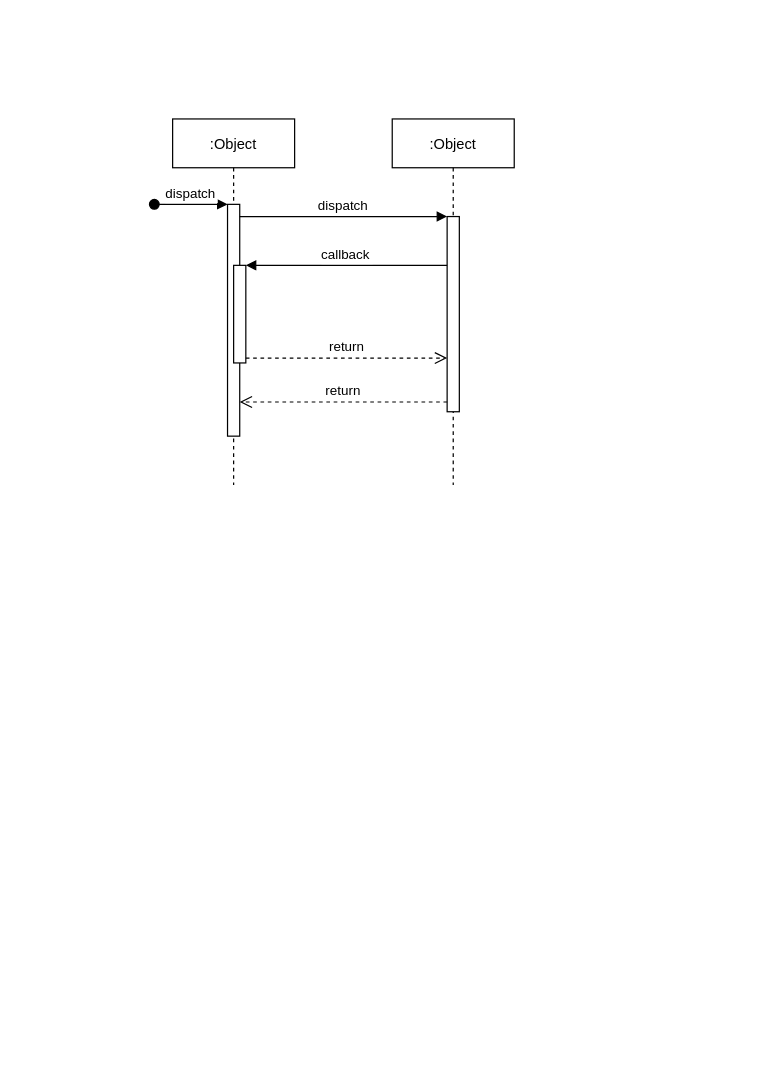
LuoQaxa/blog keeps this draw.io diagram as Untitled Diagram.drawio. Above is the earlier version. Source tidied: cells renumbered, new cells numbered last; positions are measured from the earlier drawing's top-left corner, leaving out a move shared by most shapes. Both pictures are drawn from the tidied source at 122%, with x=0, y=0 at pixel (154, 118).
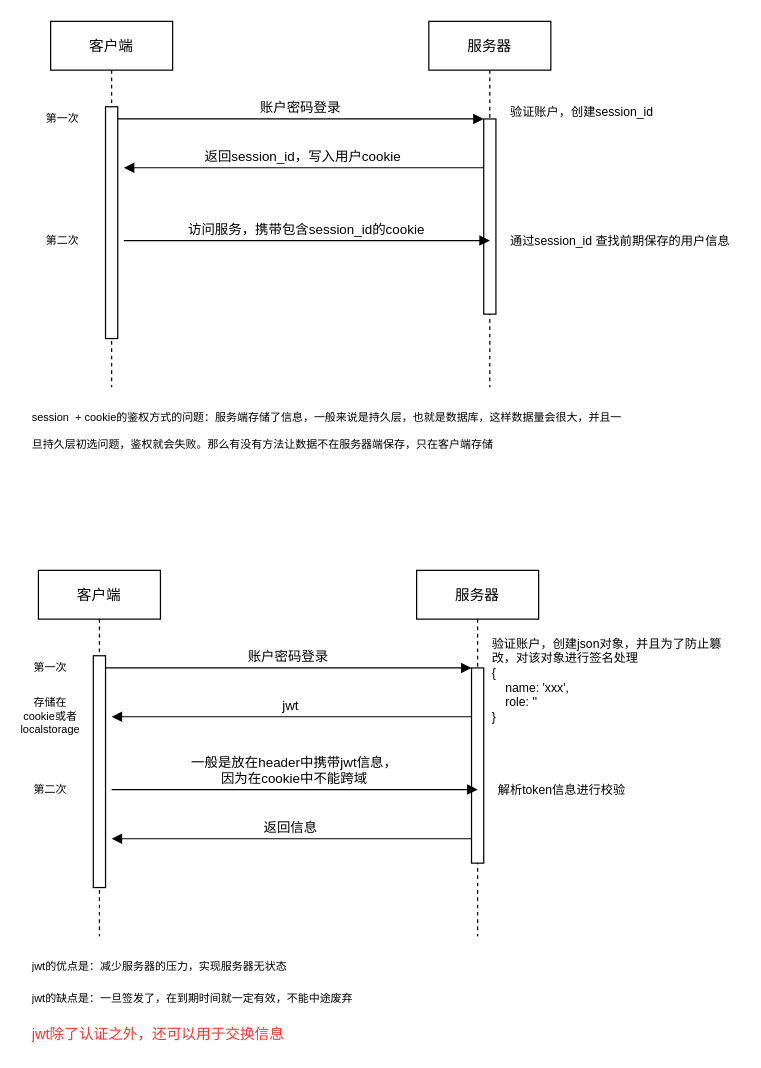
Above is the later version.

The change refers to these unchanged cells:
```xml
<mxCell id="3" style="points=[];perimeter=orthogonalPerimeter;rounded=0;shadow=0;strokeWidth=1;" parent="2" vertex="1">
  <mxGeometry x="45" y="70" width="10" height="190" as="geometry" />
</mxCell>
<mxCell id="7" style="points=[];perimeter=orthogonalPerimeter;rounded=0;shadow=0;strokeWidth=1;" parent="6" vertex="1">
  <mxGeometry x="45" y="80" width="10" height="160" as="geometry" />
</mxCell>
```

The edit, as a diff of the source:
```diff
@@
-    <mxCell id="2" value=":Object" style="shape=umlLifeline;perimeter=lifelinePerimeter;rounded=0;shadow=0;strokeWidth=1;" parent="1" vertex="1">
-      <mxGeometry x="15" width="100" height="300" as="geometry" />
+    <mxCell id="2" value="客户端" style="shape=umlLifeline;perimeter=lifelinePerimeter;rounded=0;shadow=0;strokeWidth=1;" parent="1" vertex="1">
+      <mxGeometry x="-85" y="-80" width="100" height="300" as="geometry" />
     </mxCell>
@@
-    <mxCell id="4" value="dispatch" style="verticalAlign=bottom;startArrow=oval;endArrow=block;startSize=8;shadow=0;strokeWidth=1;" parent="2" edge="1" target="3">
-      <mxGeometry relative="1" as="geometry">
-        <mxPoint x="-15" y="70" as="sourcePoint" />
-      </mxGeometry>
-    </mxCell>
-    <mxCell id="5" style="points=[];perimeter=orthogonalPerimeter;rounded=0;shadow=0;strokeWidth=1;" parent="2" vertex="1">
-      <mxGeometry x="50" y="120" width="10" height="80" as="geometry" />
-    </mxCell>
-    <mxCell id="6" value=":Object" style="shape=umlLifeline;perimeter=lifelinePerimeter;rounded=0;shadow=0;strokeWidth=1;" parent="1" vertex="1">
-      <mxGeometry x="195" width="100" height="300" as="geometry" />
+    <mxCell id="6" value="服务器" style="shape=umlLifeline;perimeter=lifelinePerimeter;rounded=0;shadow=0;strokeWidth=1;" parent="1" vertex="1">
+      <mxGeometry x="225" y="-80" width="100" height="300" as="geometry" />
     </mxCell>
@@
-    <mxCell id="8" value="return" style="verticalAlign=bottom;endArrow=open;dashed=1;endSize=8;exitX=0;exitY=0.95;shadow=0;strokeWidth=1;" parent="1" edge="1" source="7" target="3">
-      <mxGeometry relative="1" as="geometry" />
-    </mxCell>
-    <mxCell id="9" value="dispatch" style="verticalAlign=bottom;endArrow=block;entryX=0;entryY=0;shadow=0;strokeWidth=1;" parent="1" edge="1" source="3" target="7">
+    <mxCell id="9" value="账户密码登录" style="verticalAlign=bottom;endArrow=block;entryX=0;entryY=0;shadow=0;strokeWidth=1;" parent="1" edge="1" source="3" target="7">
       <mxGeometry relative="1" as="geometry" />
     </mxCell>
-    <mxCell id="10" value="callback" style="verticalAlign=bottom;endArrow=block;entryX=1;entryY=0;shadow=0;strokeWidth=1;" parent="1" edge="1" source="7" target="5">
-      <mxGeometry relative="1" as="geometry" />
+    <mxCell id="10" value="返回session_id，写入用户cookie" style="verticalAlign=bottom;endArrow=block;entryX=1;entryY=0;shadow=0;strokeWidth=1;" parent="1" edge="1" source="7">
+      <mxGeometry relative="1" as="geometry">
+        <mxPoint x="-25" y="40" as="targetPoint" />
+      </mxGeometry>
     </mxCell>
-    <mxCell id="11" value="return" style="verticalAlign=bottom;endArrow=open;dashed=1;endSize=8;exitX=1;exitY=0.95;shadow=0;strokeWidth=1;" parent="1" edge="1" source="5" target="7">
-      <mxGeometry relative="1" as="geometry" />
-    </mxCell>
+    <mxCell id="12" value="&lt;font style=&quot;font-size: 10px&quot;&gt;验证账户，创建session_id&lt;br&gt;&lt;br&gt;&lt;/font&gt;" style="text;html=1;strokeColor=none;fillColor=none;align=left;verticalAlign=middle;whiteSpace=wrap;rounded=0;fontSize=9;" parent="1" vertex="1">
+      <mxGeometry x="290" y="-10" width="190" height="20" as="geometry" />
+    </mxCell>
+    <mxCell id="13" value="第一次" style="text;html=1;strokeColor=none;fillColor=none;align=center;verticalAlign=middle;whiteSpace=wrap;rounded=0;fontSize=9;" parent="1" vertex="1">
+      <mxGeometry x="-95" y="-10" width="40" height="20" as="geometry" />
+    </mxCell>
+    <mxCell id="14" value="第二次" style="text;html=1;strokeColor=none;fillColor=none;align=center;verticalAlign=middle;whiteSpace=wrap;rounded=0;fontSize=9;" parent="1" vertex="1">
+      <mxGeometry x="-95" y="90" width="40" height="20" as="geometry" />
+    </mxCell>
+    <mxCell id="15" value="访问服务，携带包含session_id的cookie" style="verticalAlign=bottom;endArrow=block;entryX=0;entryY=0;shadow=0;strokeWidth=1;" parent="1" edge="1">
+      <mxGeometry relative="1" as="geometry">
+        <mxPoint x="-25" y="99.7" as="sourcePoint" />
+        <mxPoint x="275" y="99.7" as="targetPoint" />
+      </mxGeometry>
+    </mxCell>
+    <mxCell id="16" value="&lt;font style=&quot;font-size: 10px&quot;&gt;通过session_id 查找前期保存的用户信息&lt;br&gt;&lt;/font&gt;" style="text;html=1;strokeColor=none;fillColor=none;align=left;verticalAlign=middle;whiteSpace=wrap;rounded=0;fontSize=9;" parent="1" vertex="1">
+      <mxGeometry x="290" y="90" width="190" height="20" as="geometry" />
+    </mxCell>
+    <mxCell id="17" value="&lt;h1&gt;&lt;span style=&quot;font-size: 9px ; font-weight: normal&quot;&gt;session&amp;nbsp; + cookie的鉴权方式的问题：服务端存储了信息，一般来说是持久层，也就是数据库，这样数据量会很大，并且一旦持久层初选问题，鉴权就会失败。那么有没有方法让数据不在服务器端保存，只在客户端存储&lt;/span&gt;&lt;br&gt;&lt;/h1&gt;" style="text;html=1;strokeColor=none;fillColor=none;spacing=5;spacingTop=-20;whiteSpace=wrap;overflow=hidden;rounded=0;fontSize=9;align=left;" parent="1" vertex="1">
+      <mxGeometry x="-105" y="230" width="500" height="80" as="geometry" />
+    </mxCell>
+    <mxCell id="18" value="客户端" style="shape=umlLifeline;perimeter=lifelinePerimeter;rounded=0;shadow=0;strokeWidth=1;" parent="1" vertex="1">
+      <mxGeometry x="-95" y="370" width="100" height="300" as="geometry" />
+    </mxCell>
+    <mxCell id="19" style="points=[];perimeter=orthogonalPerimeter;rounded=0;shadow=0;strokeWidth=1;" parent="18" vertex="1">
+      <mxGeometry x="45" y="70" width="10" height="190" as="geometry" />
+    </mxCell>
+    <mxCell id="20" value="服务器" style="shape=umlLifeline;perimeter=lifelinePerimeter;rounded=0;shadow=0;strokeWidth=1;" parent="1" vertex="1">
+      <mxGeometry x="215" y="370" width="100" height="300" as="geometry" />
+    </mxCell>
+    <mxCell id="21" style="points=[];perimeter=orthogonalPerimeter;rounded=0;shadow=0;strokeWidth=1;" parent="20" vertex="1">
+      <mxGeometry x="45" y="80" width="10" height="160" as="geometry" />
+    </mxCell>
+    <mxCell id="22" value="账户密码登录" style="verticalAlign=bottom;endArrow=block;entryX=0;entryY=0;shadow=0;strokeWidth=1;" parent="1" edge="1" source="19" target="21">
+      <mxGeometry relative="1" as="geometry" />
+    </mxCell>
+    <mxCell id="23" value="jwt" style="verticalAlign=bottom;endArrow=block;entryX=1;entryY=0;shadow=0;strokeWidth=1;" parent="1" edge="1" source="21">
+      <mxGeometry relative="1" as="geometry">
+        <mxPoint x="-35" y="490" as="targetPoint" />
+      </mxGeometry>
+    </mxCell>
+    <mxCell id="24" value="&lt;font style=&quot;font-size: 10px&quot;&gt;验证账户，创建json对象，并且为了防止篡改，对该对象进行签名处理&lt;br&gt;{&lt;br&gt;&amp;nbsp; &amp;nbsp; name: 'xxx',&lt;br&gt;&amp;nbsp; &amp;nbsp; role: ''&lt;br&gt;}&lt;br&gt;&lt;/font&gt;" style="text;html=1;strokeColor=none;fillColor=none;align=left;verticalAlign=middle;whiteSpace=wrap;rounded=0;fontSize=9;" parent="1" vertex="1">
+      <mxGeometry x="275" y="420" width="205" height="80" as="geometry" />
+    </mxCell>
+    <mxCell id="25" value="第一次" style="text;html=1;strokeColor=none;fillColor=none;align=center;verticalAlign=middle;whiteSpace=wrap;rounded=0;fontSize=9;" parent="1" vertex="1">
+      <mxGeometry x="-105" y="440" width="40" height="20" as="geometry" />
+    </mxCell>
+    <mxCell id="26" value="第二次" style="text;html=1;strokeColor=none;fillColor=none;align=center;verticalAlign=middle;whiteSpace=wrap;rounded=0;fontSize=9;" parent="1" vertex="1">
+      <mxGeometry x="-105" y="540" width="40" height="20" as="geometry" />
+    </mxCell>
+    <mxCell id="27" value="一般是放在header中携带jwt信息，&#10;因为在cookie中不能跨域" style="verticalAlign=bottom;endArrow=block;entryX=0;entryY=0;shadow=0;strokeWidth=1;" parent="1" edge="1">
+      <mxGeometry relative="1" as="geometry">
+        <mxPoint x="-35" y="549.7" as="sourcePoint" />
+        <mxPoint x="265" y="549.7" as="targetPoint" />
+      </mxGeometry>
+    </mxCell>
+    <mxCell id="28" value="&lt;font style=&quot;font-size: 10px&quot;&gt;解析token信息进行校验&lt;br&gt;&lt;/font&gt;" style="text;html=1;strokeColor=none;fillColor=none;align=left;verticalAlign=middle;whiteSpace=wrap;rounded=0;fontSize=9;" parent="1" vertex="1">
+      <mxGeometry x="280" y="540" width="190" height="20" as="geometry" />
+    </mxCell>
+    <mxCell id="29" value="存储在cookie或者localstorage" style="text;html=1;strokeColor=none;fillColor=none;align=center;verticalAlign=middle;whiteSpace=wrap;rounded=0;fontSize=9;" parent="1" vertex="1">
+      <mxGeometry x="-105" y="480" width="40" height="20" as="geometry" />
+    </mxCell>
+    <mxCell id="30" value="返回信息" style="verticalAlign=bottom;endArrow=block;entryX=1;entryY=0;shadow=0;strokeWidth=1;" parent="1" edge="1">
+      <mxGeometry relative="1" as="geometry">
+        <mxPoint x="260" y="590" as="sourcePoint" />
+        <mxPoint x="-35" y="590" as="targetPoint" />
+      </mxGeometry>
+    </mxCell>
+    <mxCell id="31" value="&lt;h1&gt;&lt;span style=&quot;font-size: 9px ; font-weight: normal&quot;&gt;jwt的优点是：减少服务器的压力，实现服务器无状态&lt;/span&gt;&lt;/h1&gt;&lt;div&gt;&lt;span style=&quot;font-size: 9px ; font-weight: normal&quot;&gt;jwt的缺点是：一旦签发了，在到期时间就一定有效，不能中途废弃&lt;/span&gt;&lt;/div&gt;&lt;h1&gt;&lt;span style=&quot;font-weight: normal&quot;&gt;&lt;font style=&quot;font-size: 12px&quot; color=&quot;#ff3333&quot;&gt;jwt除了认证之外，还可以用于交换信息&lt;/font&gt;&lt;/span&gt;&lt;/h1&gt;" style="text;html=1;strokeColor=none;fillColor=none;spacing=5;spacingTop=-20;whiteSpace=wrap;overflow=hidden;rounded=0;fontSize=9;align=left;" parent="1" vertex="1">
+      <mxGeometry x="-105" y="680" width="500" height="80" as="geometry" />
+    </mxCell>
```
